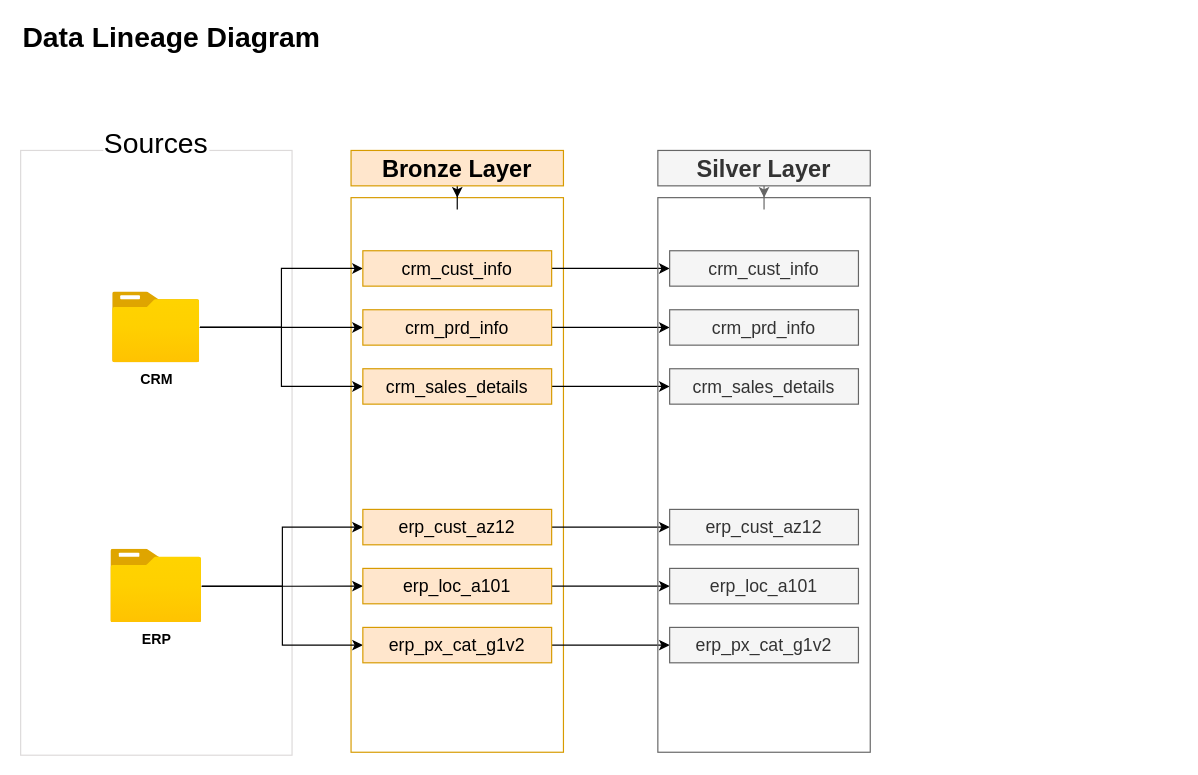
sdsouto/sql-data-warehouse-project keeps this draw.io diagram as page "Data Lineage" (2 of 4) of images/ArchitectureDiagrams.drawio. Above is the earlier version. Source tidied: cells renumbered, new cells numbered last; positions are measured from the earlier drawing's top-left corner, leaving out a move shared by most shapes. Both pictures are drawn from the tidied source at 118%, with x=0, y=0 at pixel (20, 20).
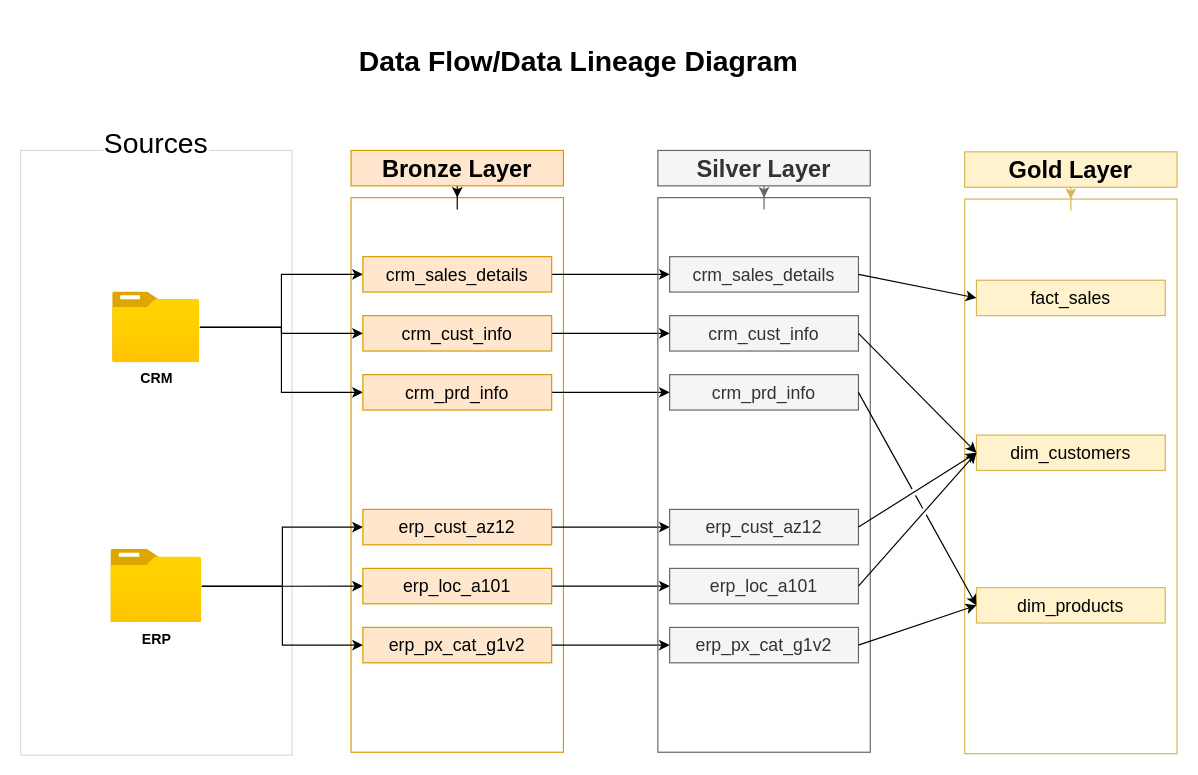
After the change.

The change refers to these unchanged cells:
```xml
<mxCell id="34" value="&lt;font style=&quot;font-size: 15px; font-weight: normal;&quot;&gt;erp_loc_a101&lt;/font&gt;" style="rounded=0;whiteSpace=wrap;html=1;fillColor=#f5f5f5;strokeColor=#666666;fontSize=13;fontStyle=1;fontColor=#333333;" parent="1" vertex="1">
  <mxGeometry x="550" y="464.2" width="160" height="30" as="geometry" />
</mxCell>
<mxCell id="35" value="&lt;font style=&quot;font-size: 15px; font-weight: normal;&quot;&gt;erp_cust_az12&lt;/font&gt;" style="rounded=0;whiteSpace=wrap;html=1;fillColor=#f5f5f5;strokeColor=#666666;fontSize=13;fontStyle=1;fontColor=#333333;" parent="1" vertex="1">
  <mxGeometry x="550" y="414.2" width="160" height="30" as="geometry" />
</mxCell>
<mxCell id="36" value="&lt;font style=&quot;font-size: 15px; font-weight: normal;&quot;&gt;erp_px_cat_g1v2&lt;/font&gt;" style="rounded=0;whiteSpace=wrap;html=1;fillColor=#f5f5f5;strokeColor=#666666;fontSize=13;fontStyle=1;fontColor=#333333;" parent="1" vertex="1">
  <mxGeometry x="550" y="514.2" width="160" height="30" as="geometry" />
</mxCell>
```

What changed in the source:
```diff
@@
     <mxCell id="16" value="&lt;font style=&quot;font-size: 15px; font-weight: normal;&quot;&gt;crm_cust_info&lt;/font&gt;" style="rounded=0;whiteSpace=wrap;html=1;fillColor=#ffe6cc;strokeColor=#d79b00;fontSize=13;fontStyle=1;" parent="1" vertex="1">
-      <mxGeometry x="290" y="195" width="160" height="30" as="geometry" />
+      <mxGeometry x="290" y="250" width="160" height="30" as="geometry" />
     </mxCell>
@@
     <mxCell id="18" value="&lt;font style=&quot;font-size: 15px; font-weight: normal;&quot;&gt;crm_sales_details&lt;/font&gt;" style="rounded=0;whiteSpace=wrap;html=1;fillColor=#ffe6cc;strokeColor=#d79b00;fontSize=13;fontStyle=1;" parent="1" vertex="1">
-      <mxGeometry x="290" y="295" width="160" height="30" as="geometry" />
+      <mxGeometry x="290" y="200" width="160" height="30" as="geometry" />
     </mxCell>
@@
     <mxCell id="20" value="&lt;font style=&quot;font-size: 15px; font-weight: normal;&quot;&gt;crm_prd_info&lt;/font&gt;" style="rounded=0;whiteSpace=wrap;html=1;fillColor=#ffe6cc;strokeColor=#d79b00;fontSize=13;fontStyle=1;" parent="1" vertex="1">
-      <mxGeometry x="290" y="245" width="160" height="30" as="geometry" />
+      <mxGeometry x="290" y="300" width="160" height="30" as="geometry" />
     </mxCell>
@@
-    <mxCell id="27" value="&lt;b&gt;&lt;font style=&quot;font-size: 24px;&quot;&gt;Data Lineage Diagram&lt;/font&gt;&lt;/b&gt;" style="text;html=1;align=left;verticalAlign=middle;whiteSpace=wrap;rounded=0;fontSize=20;" parent="1" vertex="1">
-      <mxGeometry width="280" height="30" as="geometry" />
+    <mxCell id="27" value="&lt;b&gt;&lt;font style=&quot;font-size: 24px;&quot;&gt;Data Flow/Data Lineage Diagram&lt;/font&gt;&lt;/b&gt;" style="text;html=1;align=left;verticalAlign=middle;whiteSpace=wrap;rounded=0;fontSize=20;" parent="1" vertex="1">
+      <mxGeometry x="285" y="20" width="390" height="30" as="geometry" />
     </mxCell>
@@
     <mxCell id="31" value="&lt;font style=&quot;font-size: 15px; font-weight: normal;&quot;&gt;crm_cust_info&lt;/font&gt;" style="rounded=0;whiteSpace=wrap;html=1;fillColor=#f5f5f5;strokeColor=#666666;fontSize=13;fontStyle=1;fontColor=#333333;" parent="1" vertex="1">
-      <mxGeometry x="550" y="195" width="160" height="30" as="geometry" />
+      <mxGeometry x="550" y="250" width="160" height="30" as="geometry" />
     </mxCell>
     <mxCell id="32" value="&lt;font style=&quot;font-size: 15px; font-weight: normal;&quot;&gt;crm_sales_details&lt;/font&gt;" style="rounded=0;whiteSpace=wrap;html=1;fillColor=#f5f5f5;strokeColor=#666666;fontSize=13;fontStyle=1;fontColor=#333333;" parent="1" vertex="1">
-      <mxGeometry x="550" y="295" width="160" height="30" as="geometry" />
+      <mxGeometry x="550" y="200" width="160" height="30" as="geometry" />
     </mxCell>
     <mxCell id="33" value="&lt;font style=&quot;font-size: 15px; font-weight: normal;&quot;&gt;crm_prd_info&lt;/font&gt;" style="rounded=0;whiteSpace=wrap;html=1;fillColor=#f5f5f5;strokeColor=#666666;fontSize=13;fontStyle=1;fontColor=#333333;" parent="1" vertex="1">
-      <mxGeometry x="550" y="245" width="160" height="30" as="geometry" />
+      <mxGeometry x="550" y="300" width="160" height="30" as="geometry" />
     </mxCell>
@@
+    <mxCell id="37" style="rounded=0;whiteSpace=wrap;html=1;fillColor=none;strokeColor=#d6b656;fontSize=13;" parent="1" vertex="1">
+      <mxGeometry x="800" y="151.2" width="180" height="470" as="geometry" />
+    </mxCell>
+    <mxCell id="38" style="edgeStyle=orthogonalEdgeStyle;rounded=0;jettySize=auto;html=1;fillColor=#fff2cc;strokeColor=#d6b656;" parent="1" edge="1" source="39" target="37">
+      <mxGeometry relative="1" as="geometry" />
+    </mxCell>
+    <mxCell id="39" value="&lt;font style=&quot;font-size: 20px;&quot;&gt;Gold Layer&lt;/font&gt;" style="rounded=0;whiteSpace=wrap;html=1;fillColor=#fff2cc;strokeColor=#d6b656;fontSize=13;fontStyle=1;" parent="1" vertex="1">
+      <mxGeometry x="800" y="111.2" width="180" height="30" as="geometry" />
+    </mxCell>
+    <mxCell id="40" value="&lt;font style=&quot;font-size: 15px; font-weight: normal;&quot;&gt;fact_sales&lt;/font&gt;" style="rounded=0;whiteSpace=wrap;html=1;fillColor=#fff2cc;strokeColor=#d6b656;fontSize=13;fontStyle=1;" parent="1" vertex="1">
+      <mxGeometry x="810" y="220" width="160" height="30" as="geometry" />
+    </mxCell>
+    <mxCell id="41" value="&lt;font style=&quot;font-size: 15px; font-weight: normal;&quot;&gt;dim_products&lt;/font&gt;" style="rounded=0;whiteSpace=wrap;html=1;fillColor=#fff2cc;strokeColor=#d6b656;fontSize=13;fontStyle=1;" parent="1" vertex="1">
+      <mxGeometry x="810" y="480.5" width="160" height="30" as="geometry" />
+    </mxCell>
+    <mxCell id="42" value="&lt;font style=&quot;font-size: 15px; font-weight: normal;&quot;&gt;dim_customers&lt;/font&gt;" style="rounded=0;whiteSpace=wrap;html=1;fillColor=#fff2cc;strokeColor=#d6b656;fontSize=13;fontStyle=1;" parent="1" vertex="1">
+      <mxGeometry x="810" y="351.2" width="160" height="30" as="geometry" />
+    </mxCell>
+    <mxCell id="43" style="endArrow=classic;html=1;rounded=0;exitX=1;exitY=0.5;exitDx=0;exitDy=0;entryX=0;entryY=0.5;entryDx=0;entryDy=0;jumpStyle=gap;" parent="1" edge="1" source="31" target="42">
+      <mxGeometry relative="1" as="geometry" />
+    </mxCell>
+    <mxCell id="44" style="endArrow=classic;html=1;rounded=0;exitX=1;exitY=0.5;exitDx=0;exitDy=0;entryX=0;entryY=0.5;entryDx=0;entryDy=0;jumpStyle=gap;" parent="1" edge="1" source="32" target="40">
+      <mxGeometry relative="1" as="geometry" />
+    </mxCell>
+    <mxCell id="45" style="endArrow=classic;html=1;rounded=0;exitX=1;exitY=0.5;exitDx=0;exitDy=0;entryX=0;entryY=0.5;entryDx=0;entryDy=0;jumpStyle=gap;" parent="1" edge="1" source="35" target="42">
+      <mxGeometry relative="1" as="geometry" />
+    </mxCell>
+    <mxCell id="46" style="endArrow=classic;html=1;rounded=0;exitX=1;exitY=0.5;exitDx=0;exitDy=0;entryX=0;entryY=0.5;entryDx=0;entryDy=0;jumpStyle=gap;" parent="1" edge="1" source="34" target="42">
+      <mxGeometry relative="1" as="geometry" />
+    </mxCell>
+    <mxCell id="47" style="endArrow=classic;html=1;rounded=0;exitX=1;exitY=0.5;exitDx=0;exitDy=0;entryX=0;entryY=0.5;entryDx=0;entryDy=0;jumpStyle=gap;" parent="1" edge="1" source="36" target="41">
+      <mxGeometry relative="1" as="geometry" />
+    </mxCell>
+    <mxCell id="48" style="endArrow=classic;html=1;rounded=0;exitX=1;exitY=0.5;exitDx=0;exitDy=0;entryX=0;entryY=0.5;entryDx=0;entryDy=0;jumpStyle=gap;" parent="1" edge="1" source="33" target="41">
+      <mxGeometry relative="1" as="geometry" />
+    </mxCell>
```
